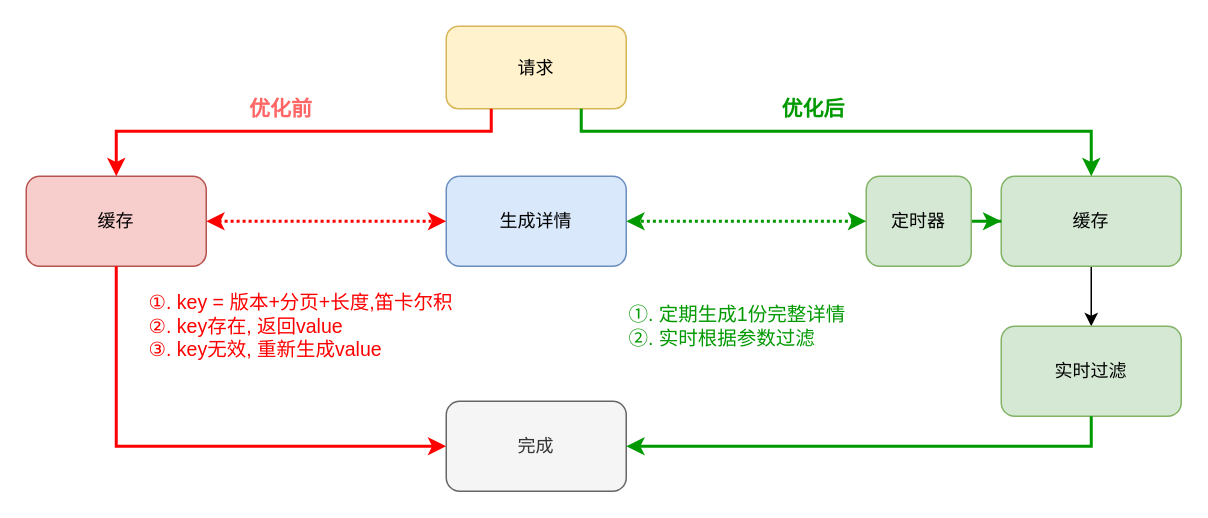
Above: test4.drawio in lewiskyo/test_git (draw.io), before the change. Source tidied: cells renumbered, new cells numbered last; positions are measured from the earlier drawing's top-left corner, leaving out a move shared by most shapes. Both pictures are drawn from the tidied source at 150%, with x=0, y=0 at pixel (26, 26).
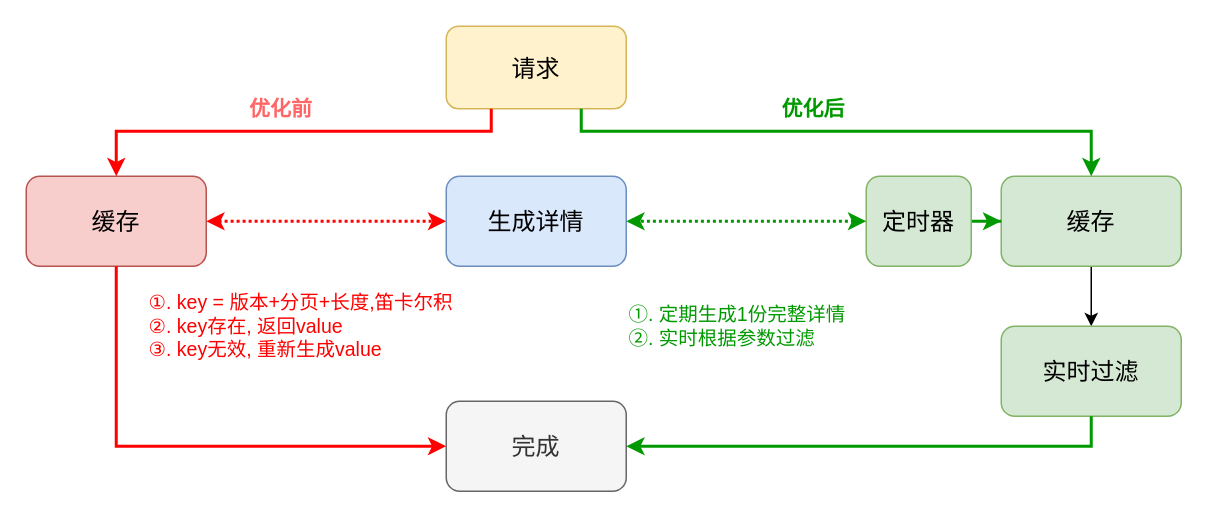
The same diagram, later.

What changed in the source:
```diff
@@
-    <mxCell id="2" value="请求" style="rounded=1;whiteSpace=wrap;html=1;fontSize=12;fillColor=#fff2cc;strokeColor=#d6b656;" parent="1" vertex="1">
+    <mxCell id="2" value="请求" style="rounded=1;whiteSpace=wrap;html=1;fontSize=16;fillColor=#fff2cc;strokeColor=#d6b656;" parent="1" vertex="1">
       <mxGeometry x="280" width="120" height="55" as="geometry" />
     </mxCell>
-    <mxCell id="3" value="缓存" style="rounded=1;whiteSpace=wrap;html=1;fontSize=12;fillColor=#f8cecc;strokeColor=#b85450;" parent="1" vertex="1">
+    <mxCell id="3" value="&lt;font style=&quot;font-size: 16px;&quot;&gt;缓存&lt;/font&gt;" style="rounded=1;whiteSpace=wrap;html=1;fontSize=12;fillColor=#f8cecc;strokeColor=#b85450;" parent="1" vertex="1">
       <mxGeometry y="100" width="120" height="60" as="geometry" />
     </mxCell>
@@
-    <mxCell id="5" value="缓存" style="rounded=1;whiteSpace=wrap;html=1;fontSize=12;fillColor=#d5e8d4;strokeColor=#82b366;" parent="1" vertex="1">
+    <mxCell id="5" value="&lt;font style=&quot;font-size: 16px;&quot;&gt;缓存&lt;/font&gt;" style="rounded=1;whiteSpace=wrap;html=1;fontSize=12;fillColor=#d5e8d4;strokeColor=#82b366;" parent="1" vertex="1">
       <mxGeometry x="650" y="100" width="120" height="60" as="geometry" />
     </mxCell>
@@
-    <mxCell id="7" value="定时器" style="rounded=1;whiteSpace=wrap;html=1;fontSize=12;fillColor=#d5e8d4;strokeColor=#82b366;" parent="1" vertex="1">
+    <mxCell id="7" value="&lt;font style=&quot;font-size: 16px;&quot;&gt;定时器&lt;/font&gt;" style="rounded=1;whiteSpace=wrap;html=1;fontSize=12;fillColor=#d5e8d4;strokeColor=#82b366;" parent="1" vertex="1">
       <mxGeometry x="560" y="100" width="70" height="60" as="geometry" />
     </mxCell>
@@
-    <mxCell id="13" value="生成详情" style="rounded=1;whiteSpace=wrap;html=1;fontSize=12;fillColor=#dae8fc;strokeColor=#6c8ebf;" parent="1" vertex="1">
+    <mxCell id="13" value="&lt;font style=&quot;font-size: 16px;&quot;&gt;生成详情&lt;/font&gt;" style="rounded=1;whiteSpace=wrap;html=1;fontSize=12;fillColor=#dae8fc;strokeColor=#6c8ebf;" parent="1" vertex="1">
       <mxGeometry x="280" y="100" width="120" height="60" as="geometry" />
     </mxCell>
@@
-    <mxCell id="16" value="完成" style="rounded=1;whiteSpace=wrap;html=1;fontSize=12;fillColor=#f5f5f5;strokeColor=#666666;fontColor=#333333;" parent="1" vertex="1">
+    <mxCell id="16" value="&lt;font style=&quot;font-size: 16px;&quot;&gt;完成&lt;/font&gt;" style="rounded=1;whiteSpace=wrap;html=1;fontSize=12;fillColor=#f5f5f5;strokeColor=#666666;fontColor=#333333;" parent="1" vertex="1">
       <mxGeometry x="280" y="250" width="120" height="60" as="geometry" />
     </mxCell>
-    <mxCell id="17" value="实时过滤" style="rounded=1;whiteSpace=wrap;html=1;fontSize=12;fillColor=#d5e8d4;strokeColor=#82b366;" parent="1" vertex="1">
+    <mxCell id="17" value="&lt;font style=&quot;font-size: 16px;&quot;&gt;实时过滤&lt;/font&gt;" style="rounded=1;whiteSpace=wrap;html=1;fontSize=12;fillColor=#d5e8d4;strokeColor=#82b366;" parent="1" vertex="1">
       <mxGeometry x="650" y="200" width="120" height="60" as="geometry" />
     </mxCell>
```
